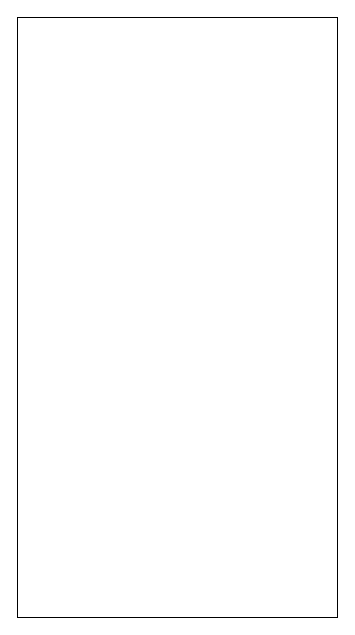
This is Untitled Diagram.drawio from LoPhawL/DrawIO_forBudgets, a draw.io file, before an edit. Source tidied: cells renumbered, new cells numbered last; positions are measured from the earlier drawing's top-left corner, leaving out a move shared by most shapes. Both pictures are drawn from the tidied source at 100%, with x=0, y=0 at pixel (17, 17).
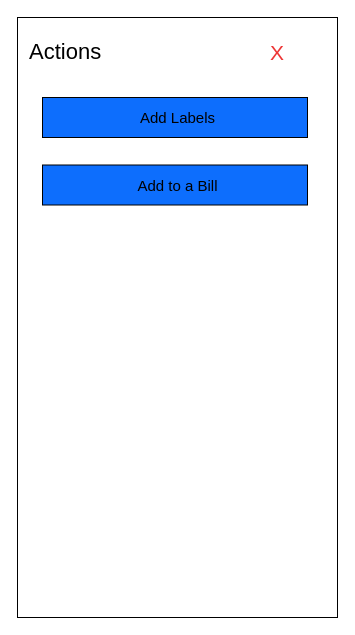
After the change.

Diff of the diagram source:
```diff
@@
 <mxGraphModel>
   <root>
     <mxCell id="0" />
     <mxCell id="1" parent="0" />
     <mxCell id="2" style="rounded=0;whiteSpace=wrap;html=1;" parent="1" vertex="1">
       <mxGeometry width="320" height="600" as="geometry" />
     </mxCell>
+    <mxCell id="3" value="Actions" style="text;html=1;strokeColor=none;fillColor=none;align=left;verticalAlign=middle;whiteSpace=wrap;rounded=0;fontSize=22;" parent="1" vertex="1">
+      <mxGeometry x="10" y="10" width="150" height="50" as="geometry" />
+    </mxCell>
+    <mxCell id="4" value="X" style="text;html=1;strokeColor=none;fillColor=none;align=center;verticalAlign=middle;whiteSpace=wrap;rounded=0;fontSize=21;fontColor=#ed3535;" parent="1" vertex="1">
+      <mxGeometry x="230" y="20" width="60" height="30" as="geometry" />
+    </mxCell>
+    <mxCell id="5" style="rounded=0;whiteSpace=wrap;html=1;labelBackgroundColor=#0D6EFD;fillColor=#0D6EFD;" parent="1" vertex="1">
+      <mxGeometry x="25" y="80" width="265" height="40" as="geometry" />
+    </mxCell>
+    <mxCell id="6" value="Add Labels" style="text;html=1;strokeColor=none;fillColor=none;align=center;verticalAlign=middle;whiteSpace=wrap;rounded=0;labelBackgroundColor=#0D6EFD;fontSize=15;" parent="1" vertex="1">
+      <mxGeometry x="88.8" y="72.5" width="142.5" height="55" as="geometry" />
+    </mxCell>
+    <mxCell id="7" style="rounded=0;whiteSpace=wrap;html=1;labelBackgroundColor=#0D6EFD;fillColor=#0D6EFD;" parent="1" vertex="1">
+      <mxGeometry x="25" y="147.5" width="265" height="40" as="geometry" />
+    </mxCell>
+    <mxCell id="8" value="Add to a Bill" style="text;html=1;strokeColor=none;fillColor=none;align=center;verticalAlign=middle;whiteSpace=wrap;rounded=0;fontSize=15;" parent="1" vertex="1">
+      <mxGeometry x="88.8" y="140" width="142.5" height="55" as="geometry" />
+    </mxCell>
   </root>
 </mxGraphModel>
```
